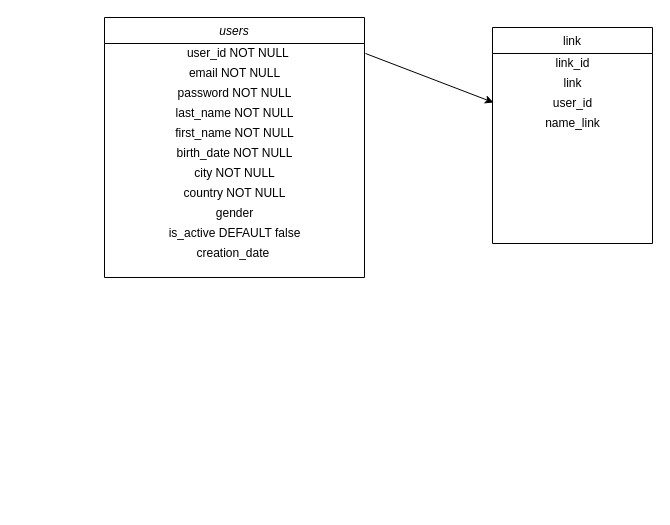
Social-Link/table-schema keeps this draw.io diagram as Untitled Diagram.drawio. Above is the earlier version. Source tidied: cells renumbered, new cells numbered last; positions are measured from the earlier drawing's top-left corner, leaving out a move shared by most shapes. Both pictures are drawn from the tidied source at 100%, with x=0, y=0 at pixel (104, 17).
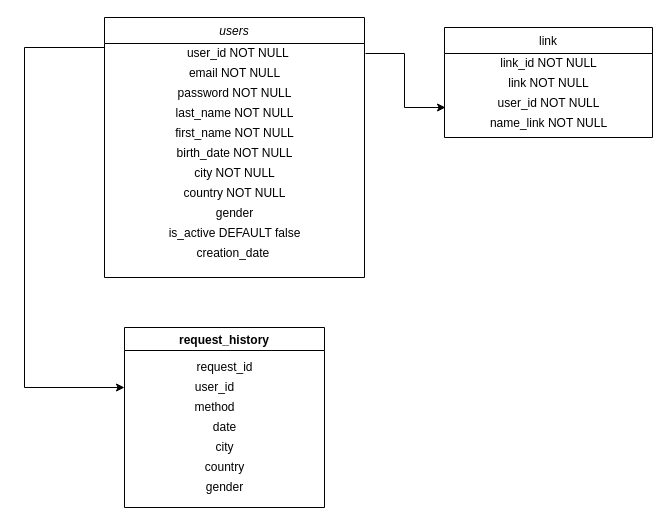
The same diagram, later.

Change to the diagram source:
```diff
@@
     <mxCell id="14" value="link" style="swimlane;fontStyle=0;align=center;verticalAlign=top;horizontal=1;startSize=26;rounded=0;shadow=0;strokeWidth=1;" parent="1" vertex="1">
-      <mxGeometry x="388" y="10" width="160" height="216" as="geometry" />
+      <mxGeometry x="340" y="10" width="208" height="110" as="geometry" />
     </mxCell>
-    <mxCell id="15" value="link_id" style="text;html=1;align=center;verticalAlign=middle;strokeColor=none;fillColor=none;" parent="14" vertex="1">
-      <mxGeometry y="26" width="160" height="20" as="geometry" />
+    <mxCell id="15" value="link_id NOT NULL" style="text;html=1;align=center;verticalAlign=middle;strokeColor=none;fillColor=none;" parent="14" vertex="1">
+      <mxGeometry y="26" width="208" height="20" as="geometry" />
     </mxCell>
-    <mxCell id="16" value="link" style="text;html=1;align=center;verticalAlign=middle;strokeColor=none;fillColor=none;" parent="14" vertex="1">
-      <mxGeometry y="46" width="160" height="20" as="geometry" />
+    <mxCell id="16" value="link NOT NULL" style="text;html=1;align=center;verticalAlign=middle;strokeColor=none;fillColor=none;" parent="14" vertex="1">
+      <mxGeometry y="46" width="208" height="20" as="geometry" />
     </mxCell>
-    <mxCell id="17" value="user_id" style="text;html=1;align=center;verticalAlign=middle;points=[];strokeColor=none;fillColor=none;" parent="14" vertex="1">
-      <mxGeometry y="66" width="160" height="20" as="geometry" />
+    <mxCell id="17" value="user_id NOT NULL" style="text;html=1;align=center;verticalAlign=middle;points=[];strokeColor=none;fillColor=none;" parent="14" vertex="1">
+      <mxGeometry y="66" width="208" height="20" as="geometry" />
     </mxCell>
-    <mxCell id="18" value="name_link" style="text;html=1;align=center;verticalAlign=middle;strokeColor=none;fillColor=none;" parent="14" vertex="1">
-      <mxGeometry y="86" width="160" height="20" as="geometry" />
+    <mxCell id="18" value="name_link NOT NULL" style="text;html=1;align=center;verticalAlign=middle;strokeColor=none;fillColor=none;" parent="14" vertex="1">
+      <mxGeometry y="86" width="208" height="20" as="geometry" />
     </mxCell>
-    <mxCell id="19" style="endArrow=classic;html=1;rounded=0;entryX=-0.006;entryY=0.45;entryDx=0;entryDy=0;entryPerimeter=0;exitX=0.996;exitY=0.5;exitDx=0;exitDy=0;exitPerimeter=0;" parent="1" edge="1">
+    <mxCell id="19" style="endArrow=classic;html=1;rounded=0;entryX=0.005;entryY=0.7;entryDx=0;entryDy=0;entryPerimeter=0;exitX=0.996;exitY=0.5;exitDx=0;exitDy=0;exitPerimeter=0;" parent="1" edge="1" target="17">
       <mxGeometry relative="1" as="geometry">
         <mxPoint x="261" y="36" as="sourcePoint" />
-        <mxPoint x="389" y="85" as="targetPoint" />
+        <Array as="points">
+          <mxPoint x="300" y="36" />
+          <mxPoint x="300" y="90" />
+        </Array>
       </mxGeometry>
     </mxCell>
+    <mxCell id="20" value="request_history" style="swimlane;" parent="1" vertex="1">
+      <mxGeometry x="20" y="310" width="200" height="180" as="geometry" />
+    </mxCell>
+    <mxCell id="21" value="country" style="text;html=1;align=center;verticalAlign=middle;strokeColor=none;fillColor=none;" parent="20" vertex="1">
+      <mxGeometry x="75" y="130" width="50" height="20" as="geometry" />
+    </mxCell>
+    <mxCell id="22" value="gender" style="text;html=1;align=center;verticalAlign=middle;strokeColor=none;fillColor=none;" parent="20" vertex="1">
+      <mxGeometry x="75" y="150" width="50" height="20" as="geometry" />
+    </mxCell>
+    <mxCell id="23" value="request_id" style="text;html=1;align=center;verticalAlign=middle;strokeColor=none;fillColor=none;" parent="1" vertex="1">
+      <mxGeometry x="85" y="340" width="70" height="20" as="geometry" />
+    </mxCell>
+    <mxCell id="24" value="user_id" style="text;html=1;align=center;verticalAlign=middle;strokeColor=none;fillColor=none;" parent="1" vertex="1">
+      <mxGeometry x="85" y="360" width="50" height="20" as="geometry" />
+    </mxCell>
+    <mxCell id="25" value="method" style="text;html=1;align=center;verticalAlign=middle;strokeColor=none;fillColor=none;" parent="1" vertex="1">
+      <mxGeometry x="80" y="380" width="60" height="20" as="geometry" />
+    </mxCell>
+    <mxCell id="26" value="date" style="text;html=1;align=center;verticalAlign=middle;strokeColor=none;fillColor=none;" parent="1" vertex="1">
+      <mxGeometry x="100" y="400" width="40" height="20" as="geometry" />
+    </mxCell>
+    <mxCell id="27" value="city" style="text;html=1;align=center;verticalAlign=middle;strokeColor=none;fillColor=none;" parent="1" vertex="1">
+      <mxGeometry x="105" y="420" width="30" height="20" as="geometry" />
+    </mxCell>
+    <mxCell id="28" style="endArrow=classic;html=1;rounded=0;" parent="1" edge="1">
+      <mxGeometry relative="1" as="geometry">
+        <mxPoint x="-80" y="30" as="sourcePoint" />
+        <mxPoint x="20" y="370" as="targetPoint" />
+        <Array as="points">
+          <mxPoint x="-80" y="370" />
+        </Array>
+      </mxGeometry>
+    </mxCell>
+    <mxCell id="29" style="endArrow=none;html=1;rounded=0;" parent="1" edge="1">
+      <mxGeometry relative="1" as="geometry">
+        <mxPoint x="-80" y="30" as="sourcePoint" />
+        <mxPoint y="30" as="targetPoint" />
+      </mxGeometry>
+    </mxCell>
```
